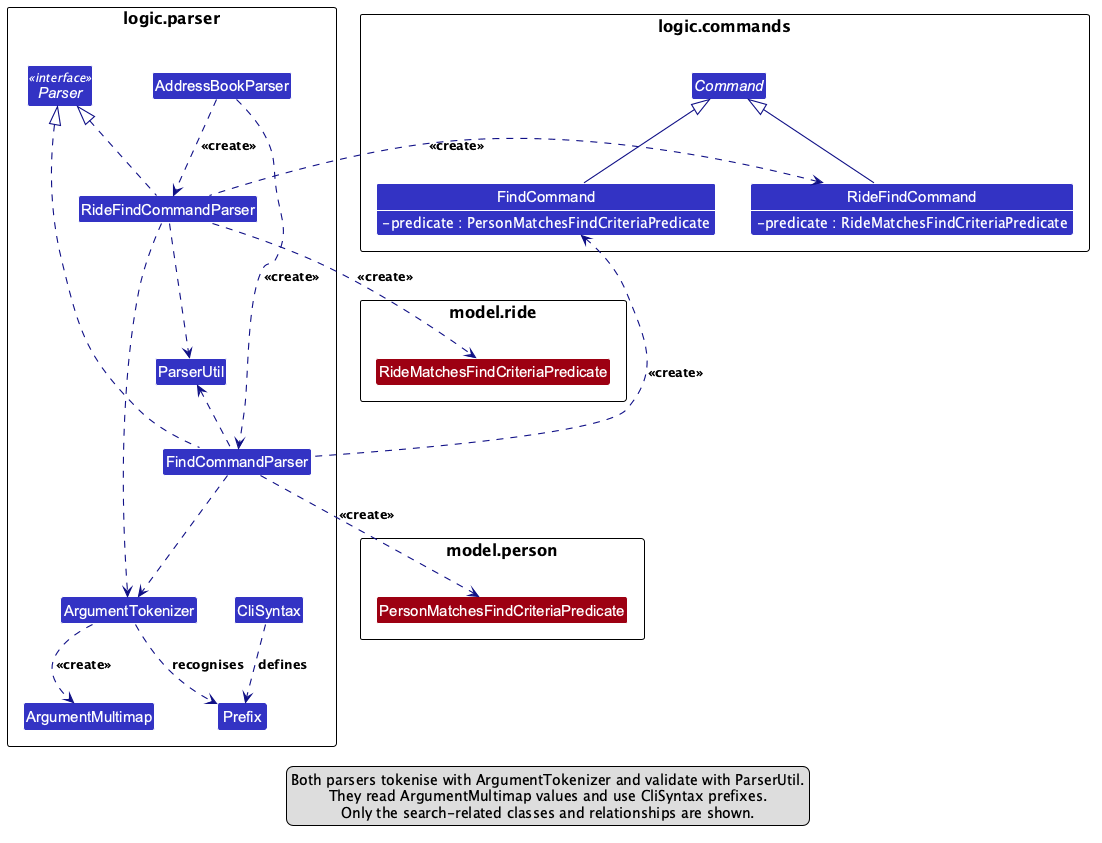
Before: docs/images/ParserClasses.png, a diagram exported from PlantUML (AY2627S1-CS2103T-W11-1/tp).
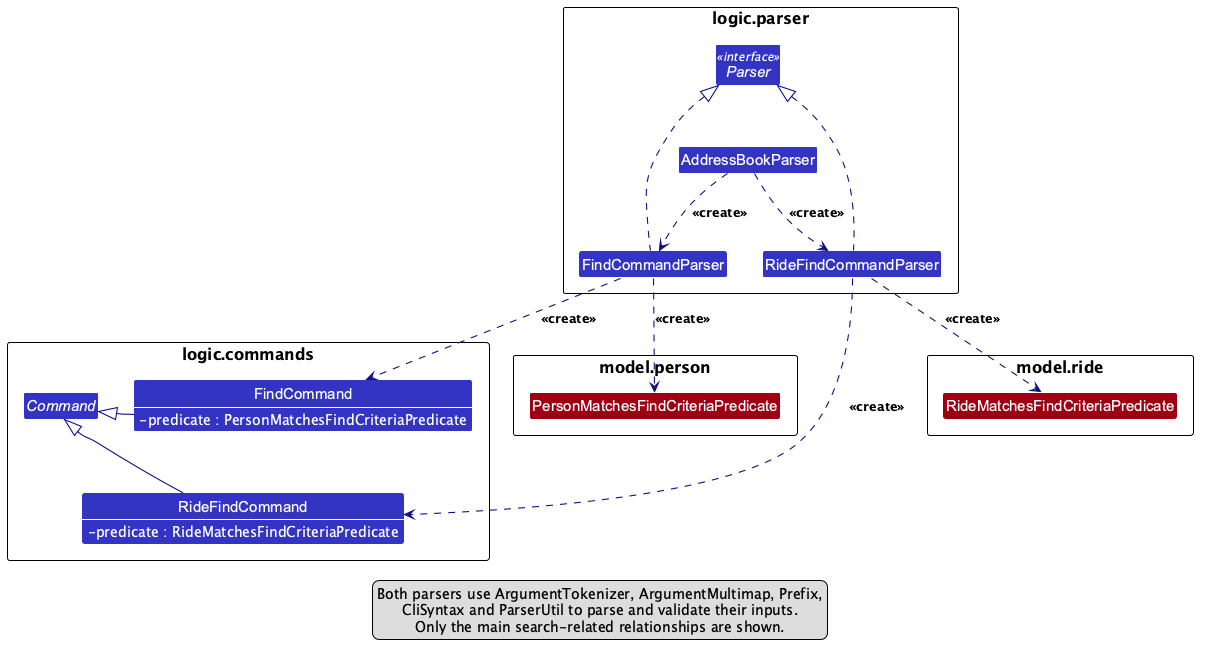
After the change.

Commit message:
Fix parser UML dependency arrows

Use dashed open dependency arrowheads for parser creation relationships. Route diagram edges orthogonally to reduce crossings in the parser class diagram.

The edit, as a diff of the source:
```diff
@@ -13,11 +13,10 @@
     class AddressBookParser
     class FindCommandParser
     class RideFindCommandParser
-    class ParserUtil
-    class ArgumentMultimap
-    class ArgumentTokenizer
-    class Prefix
-    class CliSyntax
+
+    Parser -[hidden]down-> AddressBookParser
+    AddressBookParser -[hidden]down-> FindCommandParser
+    FindCommandParser -[hidden]right-> RideFindCommandParser
 }
 
 package "logic.commands" {
@@ -40,28 +39,27 @@
     class RideMatchesFindCriteriaPredicate MODEL_COLOR
 }
 
-AddressBookParser ..> FindCommandParser : <<create>>
-AddressBookParser ..> RideFindCommandParser : <<create>>
-Parser <|.. FindCommandParser
-Parser <|.. RideFindCommandParser
-FindCommandParser .left.> FindCommand : <<create>>
-RideFindCommandParser .left.> RideFindCommand : <<create>>
+AddressBookParser .down.> FindCommandParser : <<create>>
+AddressBookParser .down.> RideFindCommandParser : <<create>>
+FindCommandParser .up.|> Parser
+RideFindCommandParser .up.|> Parser
+FindCommandParser .down.> FindCommand : <<create>>
+RideFindCommandParser .down.> RideFindCommand : <<create>>
 Command <|-- FindCommand
 Command <|-- RideFindCommand
 FindCommandParser .down.> PersonMatchesFindCriteriaPredicate : <<create>>
 RideFindCommandParser .down.> RideMatchesFindCriteriaPredicate : <<create>>
 
-FindCommandParser ..> ArgumentTokenizer
-RideFindCommandParser ..> ArgumentTokenizer
-ArgumentTokenizer ..> ArgumentMultimap : <<create>>
-ArgumentTokenizer ..> Prefix : recognises
-FindCommandParser .up.> ParserUtil
-RideFindCommandParser .down.> ParserUtil
-CliSyntax ..> Prefix : defines
+FindCommand -[hidden]down-> RideFindCommand
+PersonMatchesFindCriteriaPredicate -[hidden]down-> RideMatchesFindCriteriaPredicate
+
+FindCommand -[hidden]right-> Command
+Command -[hidden]right-> RideFindCommand
+PersonMatchesFindCriteriaPredicate -[hidden]right-> RideMatchesFindCriteriaPredicate
 
 legend bottom
-  Both parsers tokenise with ArgumentTokenizer and validate with ParserUtil.
-  They read ArgumentMultimap values and use CliSyntax prefixes.
-  Only the search-related classes and relationships are shown.
+  Both parsers use ArgumentTokenizer, ArgumentMultimap, Prefix,
+  CliSyntax and ParserUtil to parse and validate their inputs.
+  Only the main search-related relationships are shown.
 endlegend
 @enduml
```
